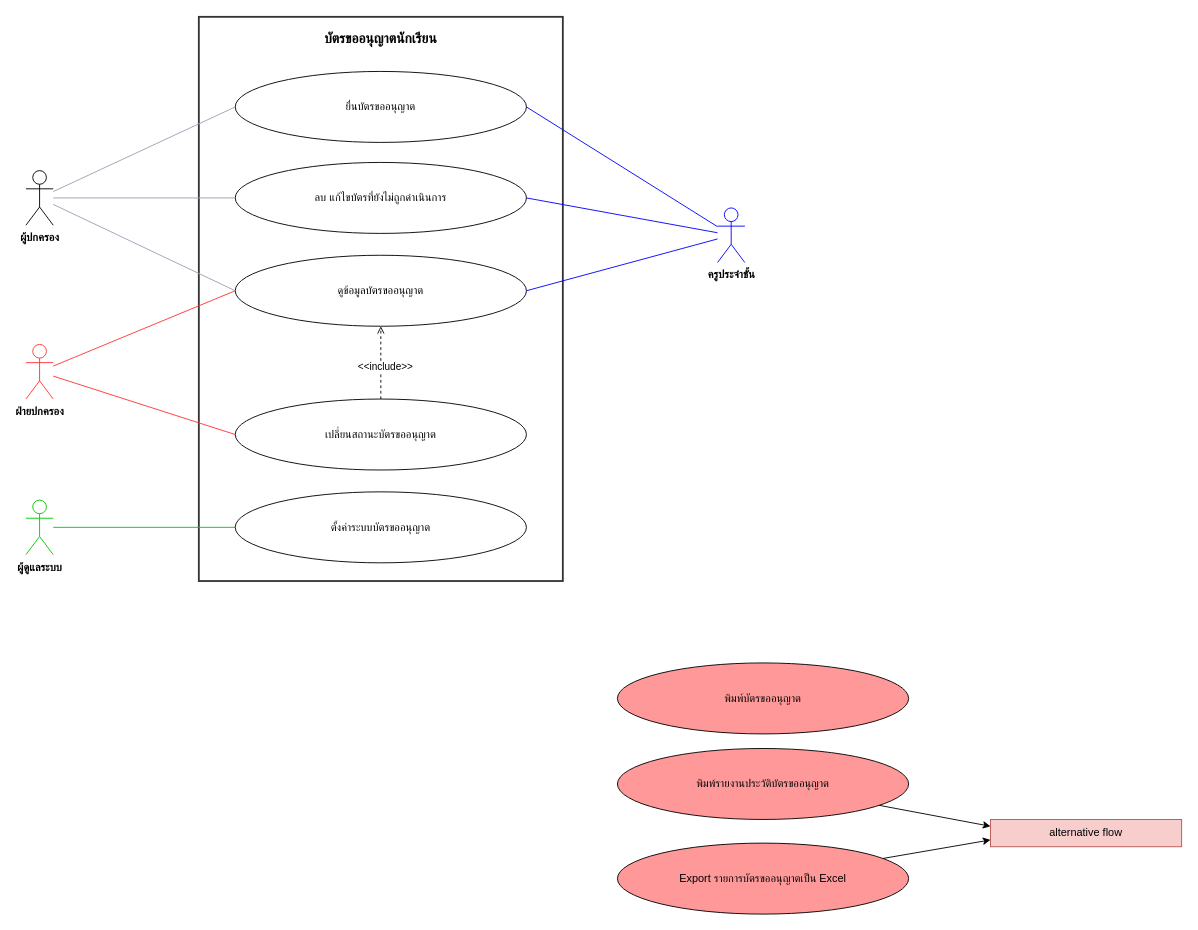
Above: page "บัตรขออนุญาตนักเรียน" (6 of 6) of materials/doc/usecase-care.drawio in RealTiraqmisu/SchoolDark (draw.io), before the change. Source tidied: cells renumbered, new cells numbered last; positions are measured from the earlier drawing's top-left corner, leaving out a move shared by most shapes. Both pictures are drawn from the tidied source at 91%, with x=0, y=0 at pixel (25, 16).
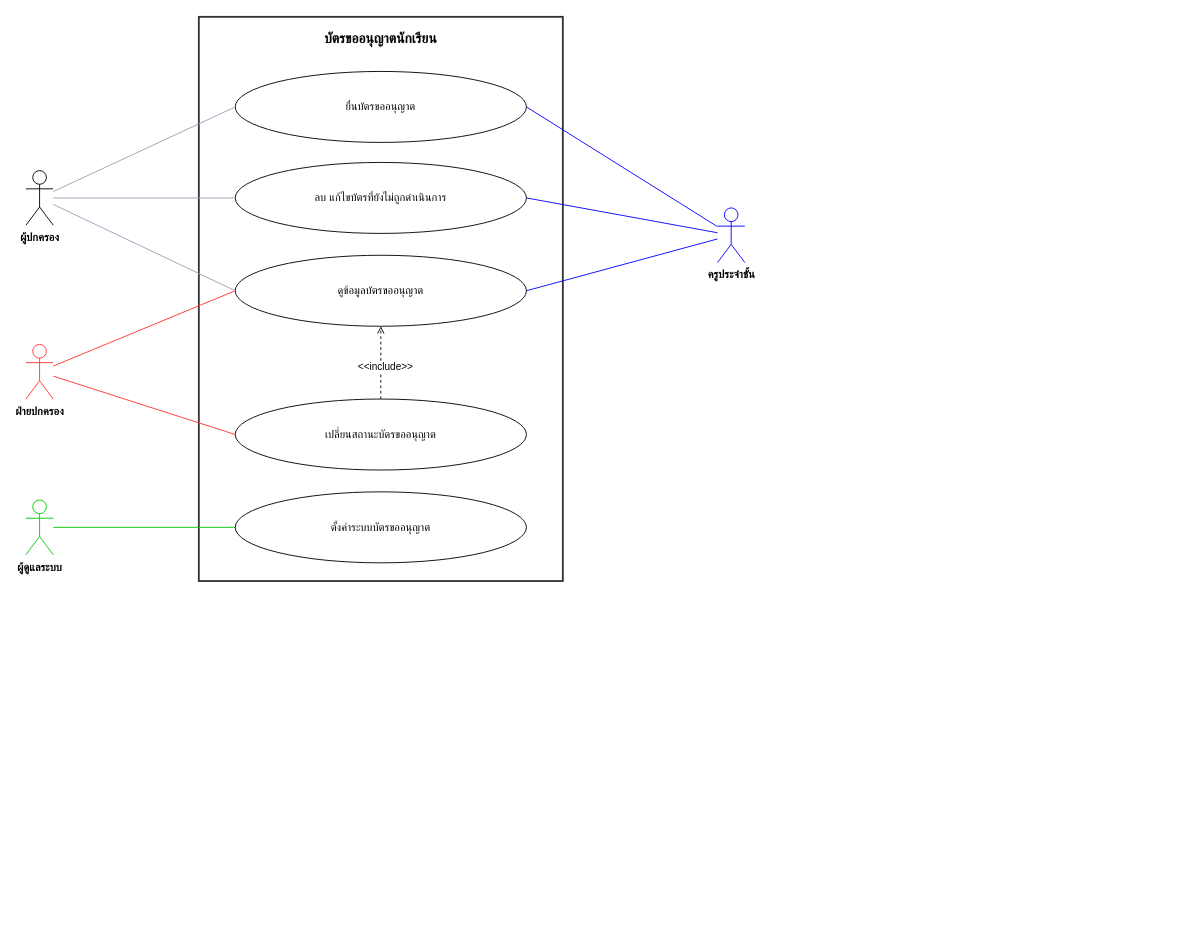
The same page after the edit.

What changed in the source:
```diff
@@
-    <mxCell id="4" value="พิมพ์บัตรขออนุญาต" style="ellipse;whiteSpace=wrap;html=1;fontSize=12;spacing=10;fillColor=#FF9999;" parent="1" vertex="1">
-      <mxGeometry x="650" y="710" width="320" height="78" as="geometry" />
-    </mxCell>
@@
-    <mxCell id="10" style="edgeStyle=none;html=1;entryX=0;entryY=0.25;entryDx=0;entryDy=0;" parent="1" edge="1" source="11" target="27">
-      <mxGeometry relative="1" as="geometry" />
-    </mxCell>
-    <mxCell id="11" value="พิมพ์รายงานประวัติบัตรขออนุญาต" style="ellipse;whiteSpace=wrap;html=1;fontSize=12;spacing=10;fillColor=#FF9999;" parent="1" vertex="1">
-      <mxGeometry x="650" y="804" width="320" height="78" as="geometry" />
-    </mxCell>
-    <mxCell id="12" style="edgeStyle=none;html=1;entryX=0;entryY=0.75;entryDx=0;entryDy=0;" parent="1" edge="1" source="13" target="27">
-      <mxGeometry relative="1" as="geometry" />
-    </mxCell>
-    <mxCell id="13" value="Export รายการบัตรขออนุญาตเป็น Excel" style="ellipse;whiteSpace=wrap;html=1;fontSize=12;spacing=10;fillColor=#FF9999;" parent="1" vertex="1">
-      <mxGeometry x="650" y="908" width="320" height="78" as="geometry" />
-    </mxCell>
@@
-    <mxCell id="27" value="alternative flow" style="text;html=1;whiteSpace=wrap;strokeColor=#b85450;fillColor=#f8cecc;align=center;verticalAlign=middle;rounded=0;" parent="1" vertex="1">
-      <mxGeometry x="1060" y="882" width="210" height="30" as="geometry" />
-    </mxCell>
```
